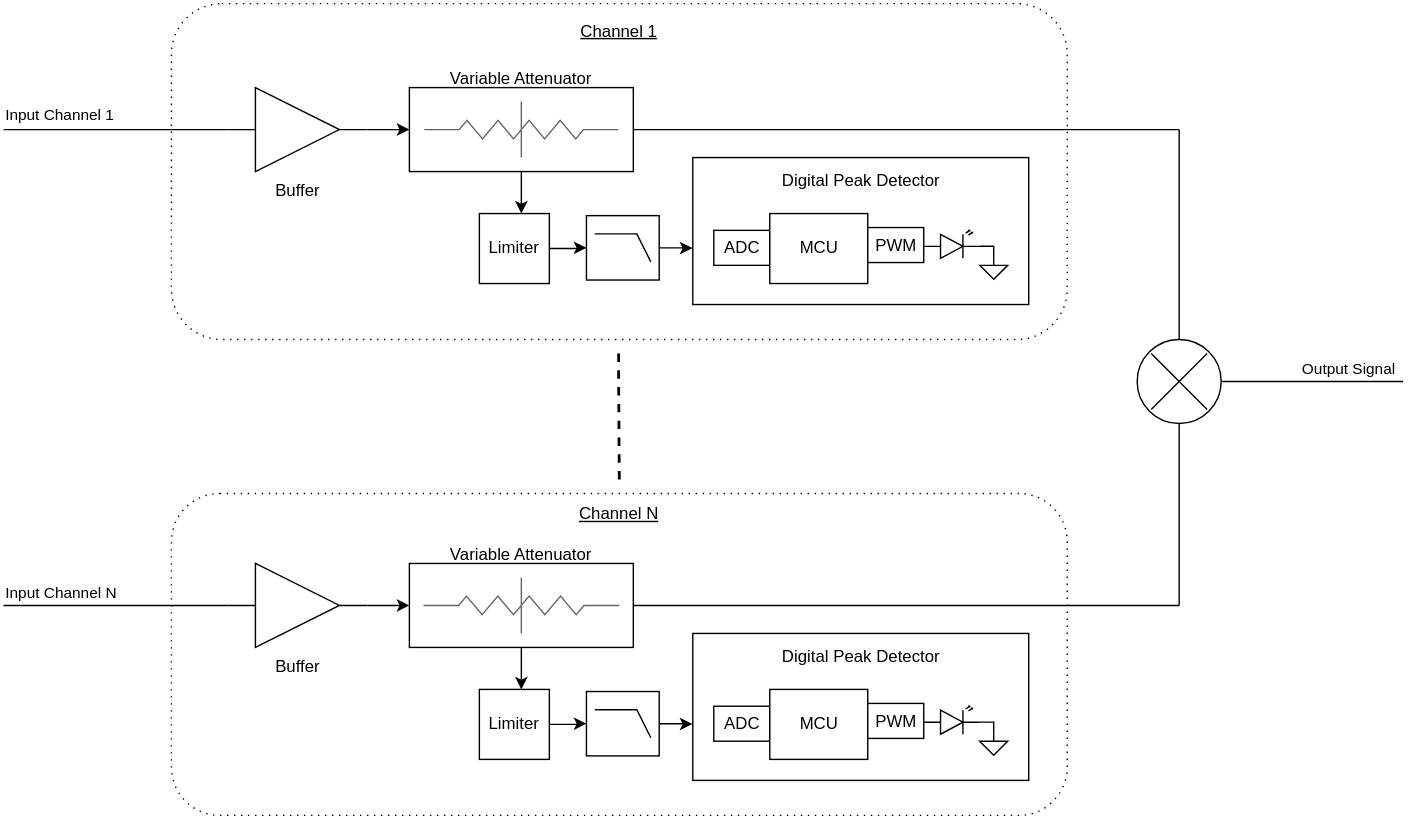
cracked-machine/ActiveMixerPedalWithDigitalPeakDetector_HW keeps this draw.io diagram as DigitalMixerPedal/RevA/docs/systemdesign/DigitalMixerOverview.svg. Above is the earlier version. Source tidied: cells renumbered, new cells last; positions are measured from the earlier drawing's top-left corner, leaving out a move shared by most shapes.
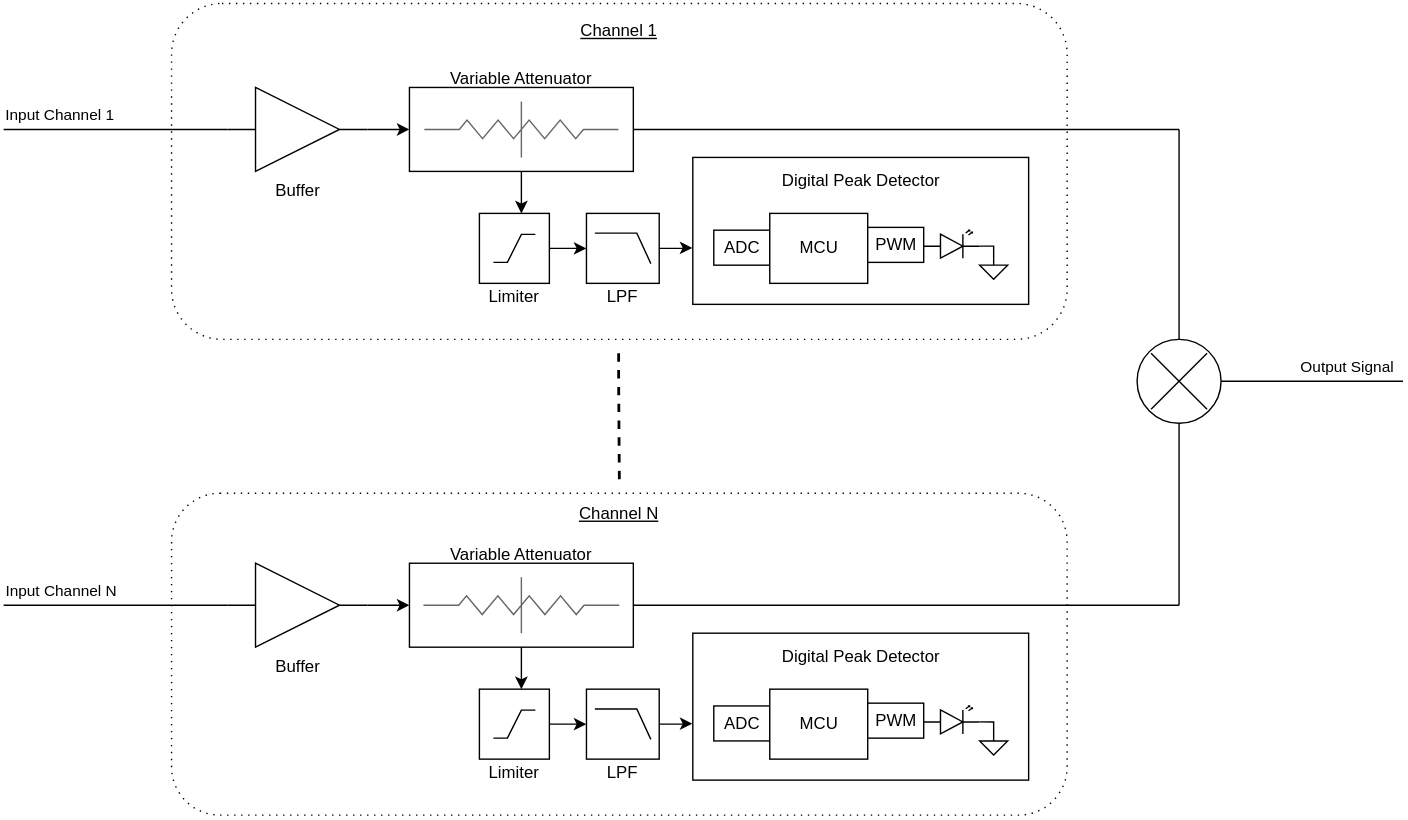
After the commit.

Commit message:
updated system overview diagram

Diff of the diagram source:
```diff
@@ -126,50 +126,17 @@
         <mxPoint x="820" y="250" as="targetPoint" />
       </mxGeometry>
     </mxCell>
-    <mxCell id="29" style="group;" parent="1" vertex="1">
-      <mxGeometry x="340" y="450" width="392.5" height="105" as="geometry" />
-    </mxCell>
-    <mxCell id="30" value="Limiter" style="rounded=0;whiteSpace=wrap;html=1;" parent="29" vertex="1">
-      <mxGeometry y="40" width="50" height="50" as="geometry" />
-    </mxCell>
-    <mxCell id="31" style="verticalLabelPosition=bottom;shadow=0;dashed=0;align=center;html=1;verticalAlign=top;shape=mxgraph.electrical.logic_gates.lowpass_filter;" parent="29" vertex="1">
-      <mxGeometry x="76.5" y="41.5" width="52" height="46" as="geometry" />
-    </mxCell>
-    <mxCell id="32" style="edgeStyle=orthogonalEdgeStyle;rounded=0;jettySize=auto;html=1;entryX=0;entryY=0.5;entryDx=0;entryDy=0;entryPerimeter=0;" parent="29" edge="1" source="30" target="31">
-      <mxGeometry relative="1" as="geometry" />
-    </mxCell>
-    <mxCell id="33" value="&lt;div&gt;Digital Peak Detector&lt;/div&gt;&lt;div&gt;&lt;br&gt;&lt;/div&gt;&lt;div&gt;&lt;br&gt;&lt;/div&gt;&lt;div&gt;&lt;br&gt;&lt;/div&gt;&lt;div&gt;&lt;br&gt;&lt;/div&gt;&lt;div&gt;&lt;br&gt;&lt;/div&gt;" style="rounded=0;whiteSpace=wrap;html=1;" parent="29" vertex="1">
-      <mxGeometry x="152.5" width="240" height="105" as="geometry" />
-    </mxCell>
-    <mxCell id="34" style="edgeStyle=orthogonalEdgeStyle;rounded=0;jettySize=auto;html=1;entryX=-0.001;entryY=0.616;entryDx=0;entryDy=0;entryPerimeter=0;" parent="29" edge="1" source="31" target="33">
-      <mxGeometry relative="1" as="geometry" />
-    </mxCell>
-    <mxCell id="35" value="ADC" style="rounded=0;whiteSpace=wrap;html=1;" parent="29" vertex="1">
-      <mxGeometry x="167.5" y="52" width="40" height="25" as="geometry" />
-    </mxCell>
-    <mxCell id="36" value="MCU" style="rounded=0;whiteSpace=wrap;html=1;" parent="29" vertex="1">
-      <mxGeometry x="207.5" y="40" width="70" height="50" as="geometry" />
-    </mxCell>
-    <mxCell id="37" value="PWM" style="rounded=0;whiteSpace=wrap;html=1;" parent="29" vertex="1">
-      <mxGeometry x="277.5" y="50" width="40" height="25" as="geometry" />
-    </mxCell>
-    <mxCell id="38" style="verticalLabelPosition=bottom;shadow=0;dashed=0;align=center;html=1;verticalAlign=top;shape=mxgraph.electrical.opto_electronics.led_2;" parent="29" vertex="1">
-      <mxGeometry x="317.5" y="52" width="40" height="20" as="geometry" />
-    </mxCell>
-    <mxCell id="39" style="verticalLabelPosition=bottom;shadow=0;dashed=0;align=center;html=1;verticalAlign=top;shape=mxgraph.electrical.signal_sources.signal_ground;" parent="29" vertex="1">
-      <mxGeometry x="357.5" y="72" width="20" height="15" as="geometry" />
-    </mxCell>
-    <mxCell id="40" style="edgeStyle=orthogonalEdgeStyle;rounded=0;jettySize=auto;html=1;entryX=0.5;entryY=0;entryDx=0;entryDy=0;entryPerimeter=0;exitX=1;exitY=0.57;exitDx=0;exitDy=0;exitPerimeter=0;endArrow=none;endFill=0;" parent="29" edge="1" source="38" target="39">
-      <mxGeometry relative="1" as="geometry" />
-    </mxCell>
+    <mxCell id="53" style="group;" parent="1" vertex="1">
+      <mxGeometry x="340" y="110" width="392.5" height="110" as="geometry" />
+    </mxCell>
-    <mxCell id="41" style="group;" parent="1" vertex="1">
-      <mxGeometry x="340" y="110" width="392.5" height="105" as="geometry" />
+    <mxCell id="41" style="group;" parent="53" vertex="1">
+      <mxGeometry width="392.5" height="105" as="geometry" />
     </mxCell>
-    <mxCell id="42" value="Limiter" style="rounded=0;whiteSpace=wrap;html=1;" parent="41" vertex="1">
+    <mxCell id="42" style="rounded=0;whiteSpace=wrap;html=1;" parent="41" vertex="1">
       <mxGeometry y="40" width="50" height="50" as="geometry" />
     </mxCell>
     <mxCell id="43" style="verticalLabelPosition=bottom;shadow=0;dashed=0;align=center;html=1;verticalAlign=top;shape=mxgraph.electrical.logic_gates.lowpass_filter;" parent="41" vertex="1">
-      <mxGeometry x="76.5" y="41.5" width="52" height="46" as="geometry" />
+      <mxGeometry x="76.5" y="40" width="52" height="50" as="geometry" />
     </mxCell>
     <mxCell id="44" style="edgeStyle=orthogonalEdgeStyle;rounded=0;jettySize=auto;html=1;entryX=0;entryY=0.5;entryDx=0;entryDy=0;entryPerimeter=0;" parent="41" edge="1" source="42" target="43">
       <mxGeometry relative="1" as="geometry" />
@@ -198,5 +165,76 @@
     <mxCell id="52" style="edgeStyle=orthogonalEdgeStyle;rounded=0;jettySize=auto;html=1;entryX=0.5;entryY=0;entryDx=0;entryDy=0;entryPerimeter=0;exitX=1;exitY=0.57;exitDx=0;exitDy=0;exitPerimeter=0;endArrow=none;endFill=0;" parent="41" edge="1" source="50" target="51">
       <mxGeometry relative="1" as="geometry" />
     </mxCell>
+    <mxCell id="54" style="endArrow=none;html=1;rounded=0;" parent="41" edge="1">
+      <mxGeometry relative="1" as="geometry">
+        <mxPoint x="10" y="75" as="sourcePoint" />
+        <mxPoint x="40" y="55" as="targetPoint" />
+        <Array as="points">
+          <mxPoint x="20" y="75" />
+          <mxPoint x="30" y="55" />
+        </Array>
+      </mxGeometry>
+    </mxCell>
+    <mxCell id="55" value="Limiter" style="text;html=1;strokeColor=none;fillColor=none;align=center;verticalAlign=middle;whiteSpace=wrap;rounded=0;" parent="53" vertex="1">
+      <mxGeometry y="90" width="50" height="20" as="geometry" />
+    </mxCell>
+    <mxCell id="56" value="LPF" style="text;html=1;strokeColor=none;fillColor=none;align=center;verticalAlign=middle;whiteSpace=wrap;rounded=0;" parent="53" vertex="1">
+      <mxGeometry x="75" y="90" width="55" height="20" as="geometry" />
+    </mxCell>
+    <mxCell id="57" style="group;" parent="1" vertex="1">
+      <mxGeometry x="340" y="450" width="392.5" height="110" as="geometry" />
+    </mxCell>
+    <mxCell id="58" style="group;" parent="57" vertex="1">
+      <mxGeometry width="392.5" height="105" as="geometry" />
+    </mxCell>
+    <mxCell id="59" style="rounded=0;whiteSpace=wrap;html=1;" parent="58" vertex="1">
+      <mxGeometry y="40" width="50" height="50" as="geometry" />
+    </mxCell>
+    <mxCell id="60" style="verticalLabelPosition=bottom;shadow=0;dashed=0;align=center;html=1;verticalAlign=top;shape=mxgraph.electrical.logic_gates.lowpass_filter;" parent="58" vertex="1">
+      <mxGeometry x="76.5" y="40" width="52" height="50" as="geometry" />
+    </mxCell>
+    <mxCell id="61" style="edgeStyle=orthogonalEdgeStyle;rounded=0;jettySize=auto;html=1;entryX=0;entryY=0.5;entryDx=0;entryDy=0;entryPerimeter=0;" parent="58" edge="1" source="59" target="60">
+      <mxGeometry relative="1" as="geometry" />
+    </mxCell>
+    <mxCell id="33" value="&lt;div&gt;Digital Peak Detector&lt;/div&gt;&lt;div&gt;&lt;br&gt;&lt;/div&gt;&lt;div&gt;&lt;br&gt;&lt;/div&gt;&lt;div&gt;&lt;br&gt;&lt;/div&gt;&lt;div&gt;&lt;br&gt;&lt;/div&gt;&lt;div&gt;&lt;br&gt;&lt;/div&gt;" style="rounded=0;whiteSpace=wrap;html=1;" parent="58" vertex="1">
+      <mxGeometry x="152.5" width="240" height="105" as="geometry" />
+    </mxCell>
+    <mxCell id="62" style="edgeStyle=orthogonalEdgeStyle;rounded=0;jettySize=auto;html=1;entryX=-0.001;entryY=0.616;entryDx=0;entryDy=0;entryPerimeter=0;" parent="58" edge="1" source="60" target="33">
+      <mxGeometry relative="1" as="geometry" />
+    </mxCell>
+    <mxCell id="35" value="ADC" style="rounded=0;whiteSpace=wrap;html=1;" parent="58" vertex="1">
+      <mxGeometry x="167.5" y="52" width="40" height="25" as="geometry" />
+    </mxCell>
+    <mxCell id="36" value="MCU" style="rounded=0;whiteSpace=wrap;html=1;" parent="58" vertex="1">
+      <mxGeometry x="207.5" y="40" width="70" height="50" as="geometry" />
+    </mxCell>
+    <mxCell id="37" value="PWM" style="rounded=0;whiteSpace=wrap;html=1;" parent="58" vertex="1">
+      <mxGeometry x="277.5" y="50" width="40" height="25" as="geometry" />
+    </mxCell>
+    <mxCell id="38" style="verticalLabelPosition=bottom;shadow=0;dashed=0;align=center;html=1;verticalAlign=top;shape=mxgraph.electrical.opto_electronics.led_2;" parent="58" vertex="1">
+      <mxGeometry x="317.5" y="52" width="40" height="20" as="geometry" />
+    </mxCell>
+    <mxCell id="39" style="verticalLabelPosition=bottom;shadow=0;dashed=0;align=center;html=1;verticalAlign=top;shape=mxgraph.electrical.signal_sources.signal_ground;" parent="58" vertex="1">
+      <mxGeometry x="357.5" y="72" width="20" height="15" as="geometry" />
+    </mxCell>
+    <mxCell id="40" style="edgeStyle=orthogonalEdgeStyle;rounded=0;jettySize=auto;html=1;entryX=0.5;entryY=0;entryDx=0;entryDy=0;entryPerimeter=0;exitX=1;exitY=0.57;exitDx=0;exitDy=0;exitPerimeter=0;endArrow=none;endFill=0;" parent="58" edge="1" source="38" target="39">
+      <mxGeometry relative="1" as="geometry" />
+    </mxCell>
+    <mxCell id="63" style="endArrow=none;html=1;rounded=0;" parent="58" edge="1">
+      <mxGeometry relative="1" as="geometry">
+        <mxPoint x="10" y="75" as="sourcePoint" />
+        <mxPoint x="40" y="55" as="targetPoint" />
+        <Array as="points">
+          <mxPoint x="20" y="75" />
+          <mxPoint x="30" y="55" />
+        </Array>
+      </mxGeometry>
+    </mxCell>
+    <mxCell id="64" value="Limiter" style="text;html=1;strokeColor=none;fillColor=none;align=center;verticalAlign=middle;whiteSpace=wrap;rounded=0;" parent="57" vertex="1">
+      <mxGeometry y="90" width="50" height="20" as="geometry" />
+    </mxCell>
+    <mxCell id="65" value="LPF" style="text;html=1;strokeColor=none;fillColor=none;align=center;verticalAlign=middle;whiteSpace=wrap;rounded=0;" parent="57" vertex="1">
+      <mxGeometry x="75" y="90" width="55" height="20" as="geometry" />
+    </mxCell>
   </root>
 </mxGraphModel>
```
